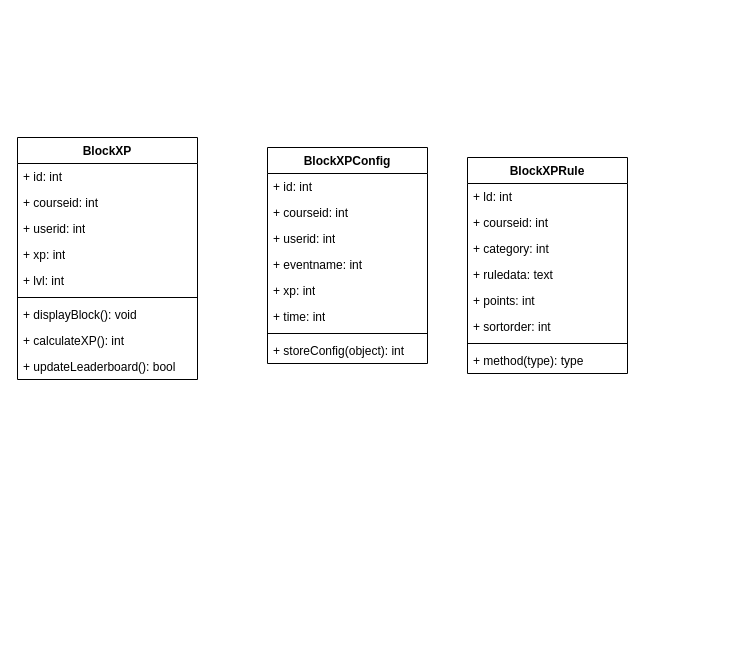
Above: Calculatrice/ES PKFRC classe gamification.drawio in sngdtechnologies/Calculatrice (draw.io), before the change. Source tidied: cells renumbered, new cells numbered last; positions are measured from the earlier drawing's top-left corner, leaving out a move shared by most shapes. Both pictures are drawn from the tidied source at 100%, with x=0, y=0 at pixel (17, 137).
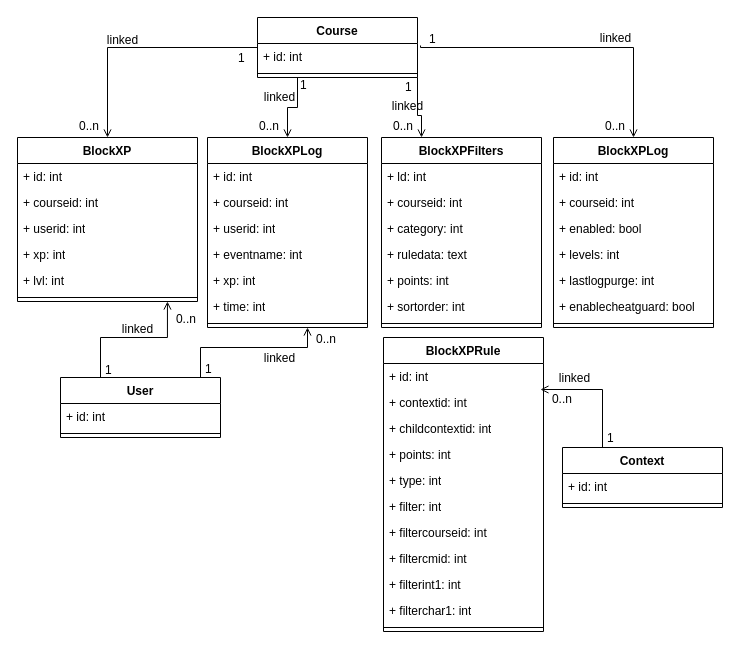
Above is the later version.

Commit message (it also covers changes not shown here):
Mettre à jour ES PKFRC classe gamification.drawio

Unchanged cells that the change refers to:
```xml
<mxCell id="8" style="line;strokeWidth=1;fillColor=none;align=left;verticalAlign=middle;spacingTop=-1;spacingLeft=3;spacingRight=3;labelPosition=right;points=[];portConstraint=eastwest;strokeColor=inherit;" parent="2" vertex="1">
  <mxGeometry y="156" width="180" height="8" as="geometry" />
</mxCell>
<mxCell id="19" style="line;strokeWidth=1;fillColor=none;align=left;verticalAlign=middle;spacingTop=-1;spacingLeft=3;spacingRight=3;labelPosition=right;points=[];portConstraint=eastwest;strokeColor=inherit;" parent="12" vertex="1">
  <mxGeometry y="182" width="160" height="8" as="geometry" />
</mxCell>
```

The edit, as a diff of the source:
```diff
@@
     <mxCell id="2" value="BlockXP" style="swimlane;fontStyle=1;align=center;verticalAlign=top;horizontal=1;startSize=26;whiteSpace=wrap;html=1;" parent="1" vertex="1">
-      <mxGeometry width="180" height="242" as="geometry" />
+      <mxGeometry width="180" height="164" as="geometry" />
     </mxCell>
@@
-    <mxCell id="9" value="+ displayBlock(): void" style="text;strokeColor=none;fillColor=none;align=left;verticalAlign=top;spacingLeft=4;spacingRight=4;overflow=hidden;whiteSpace=wrap;html=1;" parent="2" vertex="1">
-      <mxGeometry y="164" width="180" height="26" as="geometry" />
-    </mxCell>
-    <mxCell id="10" value="+ calculateXP(): int" style="text;strokeColor=none;fillColor=none;align=left;verticalAlign=top;spacingLeft=4;spacingRight=4;overflow=hidden;whiteSpace=wrap;html=1;" parent="2" vertex="1">
-      <mxGeometry y="190" width="180" height="26" as="geometry" />
-    </mxCell>
-    <mxCell id="11" value="+ updateLeaderboard(): bool" style="text;strokeColor=none;fillColor=none;align=left;verticalAlign=top;spacingLeft=4;spacingRight=4;overflow=hidden;whiteSpace=wrap;html=1;" parent="2" vertex="1">
-      <mxGeometry y="216" width="180" height="26" as="geometry" />
-    </mxCell>
-    <mxCell id="12" value="BlockXPConfig" style="swimlane;fontStyle=1;align=center;verticalAlign=top;horizontal=1;startSize=26;whiteSpace=wrap;html=1;" parent="1" vertex="1">
-      <mxGeometry x="250" y="10" width="160" height="216" as="geometry" />
+    <mxCell id="12" value="BlockXPLog" style="swimlane;fontStyle=1;align=center;verticalAlign=top;horizontal=1;startSize=26;whiteSpace=wrap;html=1;" parent="1" vertex="1">
+      <mxGeometry x="190" width="160" height="190" as="geometry" />
     </mxCell>
@@
-    <mxCell id="20" value="+ storeConfig(object): int" style="text;strokeColor=none;fillColor=none;align=left;verticalAlign=top;spacingLeft=4;spacingRight=4;overflow=hidden;whiteSpace=wrap;html=1;" parent="12" vertex="1">
-      <mxGeometry y="190" width="160" height="26" as="geometry" />
-    </mxCell>
-    <mxCell id="21" value="BlockXPRule" style="swimlane;fontStyle=1;align=center;verticalAlign=top;horizontal=1;startSize=26;whiteSpace=wrap;html=1;" parent="1" vertex="1">
-      <mxGeometry x="450" y="20" width="160" height="216" as="geometry" />
+    <mxCell id="21" value="BlockXPFilters" style="swimlane;fontStyle=1;align=center;verticalAlign=top;horizontal=1;startSize=26;whiteSpace=wrap;html=1;" parent="1" vertex="1">
+      <mxGeometry x="364" width="160" height="190" as="geometry" />
     </mxCell>
@@
-    <mxCell id="29" value="+ method(type): type" style="text;strokeColor=none;fillColor=none;align=left;verticalAlign=top;spacingLeft=4;spacingRight=4;overflow=hidden;whiteSpace=wrap;html=1;" parent="21" vertex="1">
-      <mxGeometry y="190" width="160" height="26" as="geometry" />
-    </mxCell>
+    <mxCell id="30" value="BlockXPRule" style="swimlane;fontStyle=1;align=center;verticalAlign=top;horizontal=1;startSize=26;whiteSpace=wrap;html=1;" parent="1" vertex="1">
+      <mxGeometry x="366" y="200" width="160" height="294" as="geometry" />
+    </mxCell>
+    <mxCell id="31" value="+ id: int" style="text;strokeColor=none;fillColor=none;align=left;verticalAlign=top;spacingLeft=4;spacingRight=4;overflow=hidden;whiteSpace=wrap;html=1;" parent="30" vertex="1">
+      <mxGeometry y="26" width="160" height="26" as="geometry" />
+    </mxCell>
+    <mxCell id="32" value="+ contextid: int" style="text;strokeColor=none;fillColor=none;align=left;verticalAlign=top;spacingLeft=4;spacingRight=4;overflow=hidden;points=[[0,0.5],[1,0.5]];portConstraint=eastwest;whiteSpace=wrap;html=1;" parent="30" vertex="1">
+      <mxGeometry y="52" width="160" height="26" as="geometry" />
+    </mxCell>
+    <mxCell id="33" value="+ childcontextid: int" style="text;strokeColor=none;fillColor=none;align=left;verticalAlign=top;spacingLeft=4;spacingRight=4;overflow=hidden;whiteSpace=wrap;html=1;" parent="30" vertex="1">
+      <mxGeometry y="78" width="160" height="26" as="geometry" />
+    </mxCell>
+    <mxCell id="34" value="+ points: int" style="text;strokeColor=none;fillColor=none;align=left;verticalAlign=top;spacingLeft=4;spacingRight=4;overflow=hidden;whiteSpace=wrap;html=1;" parent="30" vertex="1">
+      <mxGeometry y="104" width="160" height="26" as="geometry" />
+    </mxCell>
+    <mxCell id="35" value="+ type: int" style="text;strokeColor=none;fillColor=none;align=left;verticalAlign=top;spacingLeft=4;spacingRight=4;overflow=hidden;whiteSpace=wrap;html=1;" parent="30" vertex="1">
+      <mxGeometry y="130" width="160" height="26" as="geometry" />
+    </mxCell>
+    <mxCell id="36" value="+ filter: int" style="text;strokeColor=none;fillColor=none;align=left;verticalAlign=top;spacingLeft=4;spacingRight=4;overflow=hidden;whiteSpace=wrap;html=1;" parent="30" vertex="1">
+      <mxGeometry y="156" width="160" height="26" as="geometry" />
+    </mxCell>
+    <mxCell id="37" value="+ filtercourseid: int" style="text;strokeColor=none;fillColor=none;align=left;verticalAlign=top;spacingLeft=4;spacingRight=4;overflow=hidden;whiteSpace=wrap;html=1;" parent="30" vertex="1">
+      <mxGeometry y="182" width="160" height="26" as="geometry" />
+    </mxCell>
+    <mxCell id="38" value="+ filtercmid: int" style="text;strokeColor=none;fillColor=none;align=left;verticalAlign=top;spacingLeft=4;spacingRight=4;overflow=hidden;whiteSpace=wrap;html=1;" parent="30" vertex="1">
+      <mxGeometry y="208" width="160" height="26" as="geometry" />
+    </mxCell>
+    <mxCell id="39" value="+ filterint1: int" style="text;strokeColor=none;fillColor=none;align=left;verticalAlign=top;spacingLeft=4;spacingRight=4;overflow=hidden;whiteSpace=wrap;html=1;" parent="30" vertex="1">
+      <mxGeometry y="234" width="160" height="26" as="geometry" />
+    </mxCell>
+    <mxCell id="40" value="+ filterchar1: int" style="text;strokeColor=none;fillColor=none;align=left;verticalAlign=top;spacingLeft=4;spacingRight=4;overflow=hidden;whiteSpace=wrap;html=1;" parent="30" vertex="1">
+      <mxGeometry y="260" width="160" height="26" as="geometry" />
+    </mxCell>
+    <mxCell id="41" style="line;strokeWidth=1;fillColor=none;align=left;verticalAlign=middle;spacingTop=-1;spacingLeft=3;spacingRight=3;labelPosition=right;strokeColor=inherit;" parent="30" vertex="1">
+      <mxGeometry y="286" width="160" height="8" as="geometry" />
+    </mxCell>
+    <mxCell id="42" value="Context" style="swimlane;fontStyle=1;align=center;verticalAlign=top;horizontal=1;startSize=26;whiteSpace=wrap;html=1;" parent="1" vertex="1">
+      <mxGeometry x="545" y="310" width="160" height="60" as="geometry" />
+    </mxCell>
+    <mxCell id="43" value="+ id: int" style="text;strokeColor=none;fillColor=none;align=left;verticalAlign=top;spacingLeft=4;spacingRight=4;overflow=hidden;whiteSpace=wrap;html=1;" parent="42" vertex="1">
+      <mxGeometry y="26" width="160" height="26" as="geometry" />
+    </mxCell>
+    <mxCell id="44" style="line;strokeWidth=1;fillColor=none;align=left;verticalAlign=middle;spacingTop=-1;spacingLeft=3;spacingRight=3;labelPosition=right;strokeColor=inherit;" parent="42" vertex="1">
+      <mxGeometry y="52" width="160" height="8" as="geometry" />
+    </mxCell>
+    <mxCell id="45" value="Course" style="swimlane;fontStyle=1;align=center;verticalAlign=top;horizontal=1;startSize=26;whiteSpace=wrap;html=1;" parent="1" vertex="1">
+      <mxGeometry x="240" y="-120" width="160" height="60" as="geometry" />
+    </mxCell>
+    <mxCell id="46" value="+ id: int" style="text;strokeColor=none;fillColor=none;align=left;verticalAlign=top;spacingLeft=4;spacingRight=4;overflow=hidden;points=[[0,0.5],[1,0.5]];portConstraint=eastwest;whiteSpace=wrap;html=1;" parent="45" vertex="1">
+      <mxGeometry y="26" width="160" height="26" as="geometry" />
+    </mxCell>
+    <mxCell id="47" style="line;strokeWidth=1;fillColor=none;align=left;verticalAlign=middle;spacingTop=-1;spacingLeft=3;spacingRight=3;labelPosition=right;strokeColor=inherit;" parent="45" vertex="1">
+      <mxGeometry y="52" width="160" height="8" as="geometry" />
+    </mxCell>
+    <mxCell id="48" value="BlockXPLog" style="swimlane;fontStyle=1;align=center;verticalAlign=top;horizontal=1;startSize=26;whiteSpace=wrap;html=1;" parent="1" vertex="1">
+      <mxGeometry x="536" width="160" height="190" as="geometry" />
+    </mxCell>
+    <mxCell id="49" value="+ id: int" style="text;strokeColor=none;fillColor=none;align=left;verticalAlign=top;spacingLeft=4;spacingRight=4;overflow=hidden;whiteSpace=wrap;html=1;" parent="48" vertex="1">
+      <mxGeometry y="26" width="160" height="26" as="geometry" />
+    </mxCell>
+    <mxCell id="50" value="+ courseid: int" style="text;strokeColor=none;fillColor=none;align=left;verticalAlign=top;spacingLeft=4;spacingRight=4;overflow=hidden;whiteSpace=wrap;html=1;" parent="48" vertex="1">
+      <mxGeometry y="52" width="160" height="26" as="geometry" />
+    </mxCell>
+    <mxCell id="51" value="+ enabled: bool" style="text;strokeColor=none;fillColor=none;align=left;verticalAlign=top;spacingLeft=4;spacingRight=4;overflow=hidden;whiteSpace=wrap;html=1;" parent="48" vertex="1">
+      <mxGeometry y="78" width="160" height="26" as="geometry" />
+    </mxCell>
+    <mxCell id="52" value="+ levels: int" style="text;strokeColor=none;fillColor=none;align=left;verticalAlign=top;spacingLeft=4;spacingRight=4;overflow=hidden;whiteSpace=wrap;html=1;" parent="48" vertex="1">
+      <mxGeometry y="104" width="160" height="26" as="geometry" />
+    </mxCell>
+    <mxCell id="53" value="+ lastlogpurge: int" style="text;strokeColor=none;fillColor=none;align=left;verticalAlign=top;spacingLeft=4;spacingRight=4;overflow=hidden;whiteSpace=wrap;html=1;" parent="48" vertex="1">
+      <mxGeometry y="130" width="160" height="26" as="geometry" />
+    </mxCell>
+    <mxCell id="54" value="+ enablecheatguard: bool" style="text;strokeColor=none;fillColor=none;align=left;verticalAlign=top;spacingLeft=4;spacingRight=4;overflow=hidden;whiteSpace=wrap;html=1;" parent="48" vertex="1">
+      <mxGeometry y="156" width="160" height="26" as="geometry" />
+    </mxCell>
+    <mxCell id="55" style="line;strokeWidth=1;fillColor=none;align=left;verticalAlign=middle;spacingTop=-1;spacingLeft=3;spacingRight=3;labelPosition=right;strokeColor=inherit;" parent="48" vertex="1">
+      <mxGeometry y="182" width="160" height="8" as="geometry" />
+    </mxCell>
+    <mxCell id="56" style="endArrow=open;shadow=0;strokeWidth=1;rounded=0;curved=0;endFill=1;edgeStyle=elbowEdgeStyle;elbow=vertical;exitX=0;exitY=0.5;exitDx=0;exitDy=0;entryX=0.5;entryY=0;entryDx=0;entryDy=0;" parent="1" edge="1" source="45" target="2">
+      <mxGeometry x="0.5" y="41" relative="1" as="geometry">
+        <Array as="points">
+          <mxPoint x="160" y="-90" />
+        </Array>
+        <mxPoint x="-40" y="32" as="offset" />
+      </mxGeometry>
+    </mxCell>
+    <mxCell id="57" value="1" style="align=left;verticalAlign=bottom;labelBackgroundColor=none;fontSize=12;" parent="56" vertex="1">
+      <mxGeometry x="-1" relative="1" as="geometry">
+        <mxPoint x="-21" y="19" as="offset" />
+      </mxGeometry>
+    </mxCell>
+    <mxCell id="58" value="0..n" style="align=right;verticalAlign=bottom;labelBackgroundColor=none;fontSize=12;" parent="56" vertex="1">
+      <mxGeometry x="1" relative="1" as="geometry">
+        <mxPoint x="-7" y="-3" as="offset" />
+      </mxGeometry>
+    </mxCell>
+    <mxCell id="59" value="linked" style="text;html=1;align=center;verticalAlign=middle;labelBackgroundColor=none;rounded=0;shadow=0;strokeWidth=1;fontSize=12;" parent="56" vertex="1">
+      <mxGeometry x="0.5" y="49" relative="1" as="geometry">
+        <mxPoint x="-35" y="-38" as="offset" />
+      </mxGeometry>
+    </mxCell>
+    <mxCell id="60" style="endArrow=open;shadow=0;strokeWidth=1;rounded=0;curved=0;endFill=1;edgeStyle=elbowEdgeStyle;elbow=vertical;entryX=0.5;entryY=0;entryDx=0;entryDy=0;" parent="1" edge="1" target="12">
+      <mxGeometry x="0.5" y="41" relative="1" as="geometry">
+        <mxPoint x="280" y="-60" as="sourcePoint" />
+        <Array as="points">
+          <mxPoint x="290" y="-30" />
+        </Array>
+        <mxPoint x="-40" y="32" as="offset" />
+      </mxGeometry>
+    </mxCell>
+    <mxCell id="61" value="1" style="align=left;verticalAlign=bottom;labelBackgroundColor=none;fontSize=12;" parent="60" vertex="1">
+      <mxGeometry x="-1" relative="1" as="geometry">
+        <mxPoint x="1" y="16" as="offset" />
+      </mxGeometry>
+    </mxCell>
+    <mxCell id="62" value="0..n" style="align=right;verticalAlign=bottom;labelBackgroundColor=none;fontSize=12;" parent="60" vertex="1">
+      <mxGeometry x="1" relative="1" as="geometry">
+        <mxPoint x="-7" y="-3" as="offset" />
+      </mxGeometry>
+    </mxCell>
+    <mxCell id="63" value="linked" style="text;html=1;align=center;verticalAlign=middle;labelBackgroundColor=none;rounded=0;shadow=0;strokeWidth=1;fontSize=12;" parent="60" vertex="1">
+      <mxGeometry x="0.5" y="49" relative="1" as="geometry">
+        <mxPoint x="-58" y="-24" as="offset" />
+      </mxGeometry>
+    </mxCell>
+    <mxCell id="64" style="endArrow=open;shadow=0;strokeWidth=1;rounded=0;curved=0;endFill=1;edgeStyle=elbowEdgeStyle;elbow=vertical;exitX=0.25;exitY=0;exitDx=0;exitDy=0;entryX=0.25;entryY=0;entryDx=0;entryDy=0;exitPerimeter=0;" parent="1" edge="1" target="21">
+      <mxGeometry x="0.5" y="41" relative="1" as="geometry">
+        <mxPoint x="400" y="-60" as="sourcePoint" />
+        <Array as="points">
+          <mxPoint x="410" y="-22" />
+        </Array>
+        <mxPoint x="-40" y="32" as="offset" />
+      </mxGeometry>
+    </mxCell>
+    <mxCell id="65" value="1" style="align=left;verticalAlign=bottom;labelBackgroundColor=none;fontSize=12;" parent="64" vertex="1">
+      <mxGeometry x="-1" relative="1" as="geometry">
+        <mxPoint x="-14" y="18" as="offset" />
+      </mxGeometry>
+    </mxCell>
+    <mxCell id="66" value="0..n" style="align=right;verticalAlign=bottom;labelBackgroundColor=none;fontSize=12;" parent="64" vertex="1">
+      <mxGeometry x="1" relative="1" as="geometry">
+        <mxPoint x="-7" y="-3" as="offset" />
+      </mxGeometry>
+    </mxCell>
+    <mxCell id="67" value="linked" style="text;html=1;align=center;verticalAlign=middle;labelBackgroundColor=none;rounded=0;shadow=0;strokeWidth=1;fontSize=12;" parent="64" vertex="1">
+      <mxGeometry x="0.5" y="49" relative="1" as="geometry">
+        <mxPoint x="-64" y="-16" as="offset" />
+      </mxGeometry>
+    </mxCell>
+    <mxCell id="68" style="endArrow=open;shadow=0;strokeWidth=1;rounded=0;curved=0;endFill=1;edgeStyle=elbowEdgeStyle;elbow=vertical;exitX=1.019;exitY=0.077;exitDx=0;exitDy=0;entryX=0.5;entryY=0;entryDx=0;entryDy=0;exitPerimeter=0;" parent="1" edge="1" source="46" target="48">
+      <mxGeometry x="0.5" y="41" relative="1" as="geometry">
+        <Array as="points">
+          <mxPoint x="520" y="-90" />
+        </Array>
+        <mxPoint x="-40" y="32" as="offset" />
+      </mxGeometry>
+    </mxCell>
+    <mxCell id="69" value="1" style="align=left;verticalAlign=bottom;labelBackgroundColor=none;fontSize=12;" parent="68" vertex="1">
+      <mxGeometry x="-1" relative="1" as="geometry">
+        <mxPoint x="7" y="2" as="offset" />
+      </mxGeometry>
+    </mxCell>
+    <mxCell id="70" value="0..n" style="align=right;verticalAlign=bottom;labelBackgroundColor=none;fontSize=12;" parent="68" vertex="1">
+      <mxGeometry x="1" relative="1" as="geometry">
+        <mxPoint x="-7" y="-3" as="offset" />
+      </mxGeometry>
+    </mxCell>
+    <mxCell id="71" value="linked" style="text;html=1;align=center;verticalAlign=middle;labelBackgroundColor=none;rounded=0;shadow=0;strokeWidth=1;fontSize=12;" parent="68" vertex="1">
+      <mxGeometry x="0.5" y="49" relative="1" as="geometry">
+        <mxPoint x="-68" y="-24" as="offset" />
+      </mxGeometry>
+    </mxCell>
+    <mxCell id="72" style="endArrow=open;shadow=0;strokeWidth=1;rounded=0;curved=0;endFill=1;edgeStyle=elbowEdgeStyle;elbow=vertical;exitX=0.25;exitY=0;exitDx=0;exitDy=0;entryX=0.981;entryY=0.038;entryDx=0;entryDy=0;entryPerimeter=0;" parent="1" edge="1" source="42" target="32">
+      <mxGeometry x="0.5" y="41" relative="1" as="geometry">
+        <Array as="points">
+          <mxPoint x="626" y="252" />
+        </Array>
+        <mxPoint x="-40" y="32" as="offset" />
+      </mxGeometry>
+    </mxCell>
+    <mxCell id="73" value="1" style="align=left;verticalAlign=bottom;labelBackgroundColor=none;fontSize=12;" parent="72" vertex="1">
+      <mxGeometry x="-1" relative="1" as="geometry">
+        <mxPoint x="3" y="-1" as="offset" />
+      </mxGeometry>
+    </mxCell>
+    <mxCell id="74" value="0..n" style="align=right;verticalAlign=bottom;labelBackgroundColor=none;fontSize=12;" parent="72" vertex="1">
+      <mxGeometry x="1" relative="1" as="geometry">
+        <mxPoint x="33" y="17" as="offset" />
+      </mxGeometry>
+    </mxCell>
+    <mxCell id="75" value="linked" style="text;html=1;align=center;verticalAlign=middle;labelBackgroundColor=none;rounded=0;shadow=0;strokeWidth=1;fontSize=12;" parent="72" vertex="1">
+      <mxGeometry x="0.5" y="49" relative="1" as="geometry">
+        <mxPoint x="4" y="-61" as="offset" />
+      </mxGeometry>
+    </mxCell>
+    <mxCell id="76" value="User" style="swimlane;fontStyle=1;align=center;verticalAlign=top;horizontal=1;startSize=26;whiteSpace=wrap;html=1;" parent="1" vertex="1">
+      <mxGeometry x="43" y="240" width="160" height="60" as="geometry" />
+    </mxCell>
+    <mxCell id="77" value="+ id: int" style="text;strokeColor=none;fillColor=none;align=left;verticalAlign=top;spacingLeft=4;spacingRight=4;overflow=hidden;whiteSpace=wrap;html=1;" parent="76" vertex="1">
+      <mxGeometry y="26" width="160" height="26" as="geometry" />
+    </mxCell>
+    <mxCell id="78" style="line;strokeWidth=1;fillColor=none;align=left;verticalAlign=middle;spacingTop=-1;spacingLeft=3;spacingRight=3;labelPosition=right;strokeColor=inherit;" parent="76" vertex="1">
+      <mxGeometry y="52" width="160" height="8" as="geometry" />
+    </mxCell>
+    <mxCell id="79" style="endArrow=open;shadow=0;strokeWidth=1;rounded=0;curved=0;endFill=1;edgeStyle=elbowEdgeStyle;elbow=vertical;exitX=0.875;exitY=0;exitDx=0;exitDy=0;exitPerimeter=0;entryX=0.625;entryY=1;entryDx=0;entryDy=0;entryPerimeter=0;" parent="1" edge="1" source="76" target="19">
+      <mxGeometry x="0.5" y="41" relative="1" as="geometry">
+        <Array as="points">
+          <mxPoint x="250" y="210" />
+        </Array>
+        <mxPoint x="-40" y="32" as="offset" />
+      </mxGeometry>
+    </mxCell>
+    <mxCell id="80" value="1" style="align=left;verticalAlign=bottom;labelBackgroundColor=none;fontSize=12;" parent="79" vertex="1">
+      <mxGeometry x="-1" relative="1" as="geometry">
+        <mxPoint x="3" as="offset" />
+      </mxGeometry>
+    </mxCell>
+    <mxCell id="81" value="0..n" style="align=right;verticalAlign=bottom;labelBackgroundColor=none;fontSize=12;" parent="79" vertex="1">
+      <mxGeometry x="1" relative="1" as="geometry">
+        <mxPoint x="30" y="20" as="offset" />
+      </mxGeometry>
+    </mxCell>
+    <mxCell id="82" value="linked" style="text;html=1;align=center;verticalAlign=middle;labelBackgroundColor=none;rounded=0;shadow=0;strokeWidth=1;fontSize=12;" parent="79" vertex="1">
+      <mxGeometry x="0.5" y="49" relative="1" as="geometry">
+        <mxPoint x="-10" y="59" as="offset" />
+      </mxGeometry>
+    </mxCell>
+    <mxCell id="83" style="endArrow=open;shadow=0;strokeWidth=1;rounded=0;curved=0;endFill=1;edgeStyle=elbowEdgeStyle;elbow=vertical;entryX=0.833;entryY=1;entryDx=0;entryDy=0;entryPerimeter=0;exitX=0.25;exitY=0;exitDx=0;exitDy=0;" parent="1" edge="1" source="76" target="8">
+      <mxGeometry x="0.5" y="41" relative="1" as="geometry">
+        <Array as="points">
+          <mxPoint x="160" y="200" />
+        </Array>
+        <mxPoint x="-40" y="32" as="offset" />
+      </mxGeometry>
+    </mxCell>
+    <mxCell id="84" value="1" style="align=left;verticalAlign=bottom;labelBackgroundColor=none;fontSize=12;" parent="83" vertex="1">
+      <mxGeometry x="-1" relative="1" as="geometry">
+        <mxPoint x="3" y="1" as="offset" />
+      </mxGeometry>
+    </mxCell>
+    <mxCell id="85" value="0..n" style="align=right;verticalAlign=bottom;labelBackgroundColor=none;fontSize=12;" parent="83" vertex="1">
+      <mxGeometry x="1" relative="1" as="geometry">
+        <mxPoint x="30" y="26" as="offset" />
+      </mxGeometry>
+    </mxCell>
+    <mxCell id="86" value="linked" style="text;html=1;align=center;verticalAlign=middle;labelBackgroundColor=none;rounded=0;shadow=0;strokeWidth=1;fontSize=12;" parent="83" vertex="1">
+      <mxGeometry x="0.5" y="49" relative="1" as="geometry">
+        <mxPoint x="19" y="-8" as="offset" />
+      </mxGeometry>
+    </mxCell>
```
